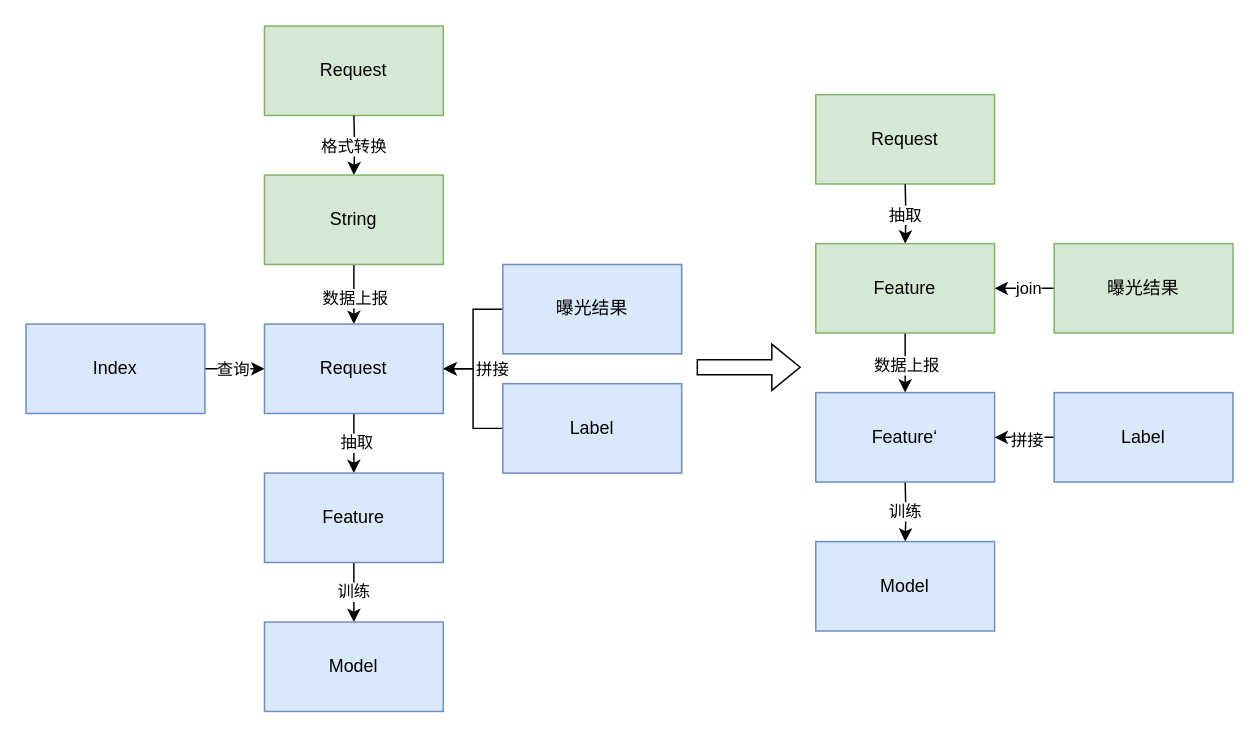
The draw.io diagram page "实时特征" (6 of 7) of news.drawio in d0ngjun/drawio, before the edit. Source tidied: cells renumbered, new cells numbered last; positions are measured from the earlier drawing's top-left corner, leaving out a move shared by most shapes. Both pictures are drawn from the tidied source at 149%, with x=0, y=0 at pixel (25, 25).
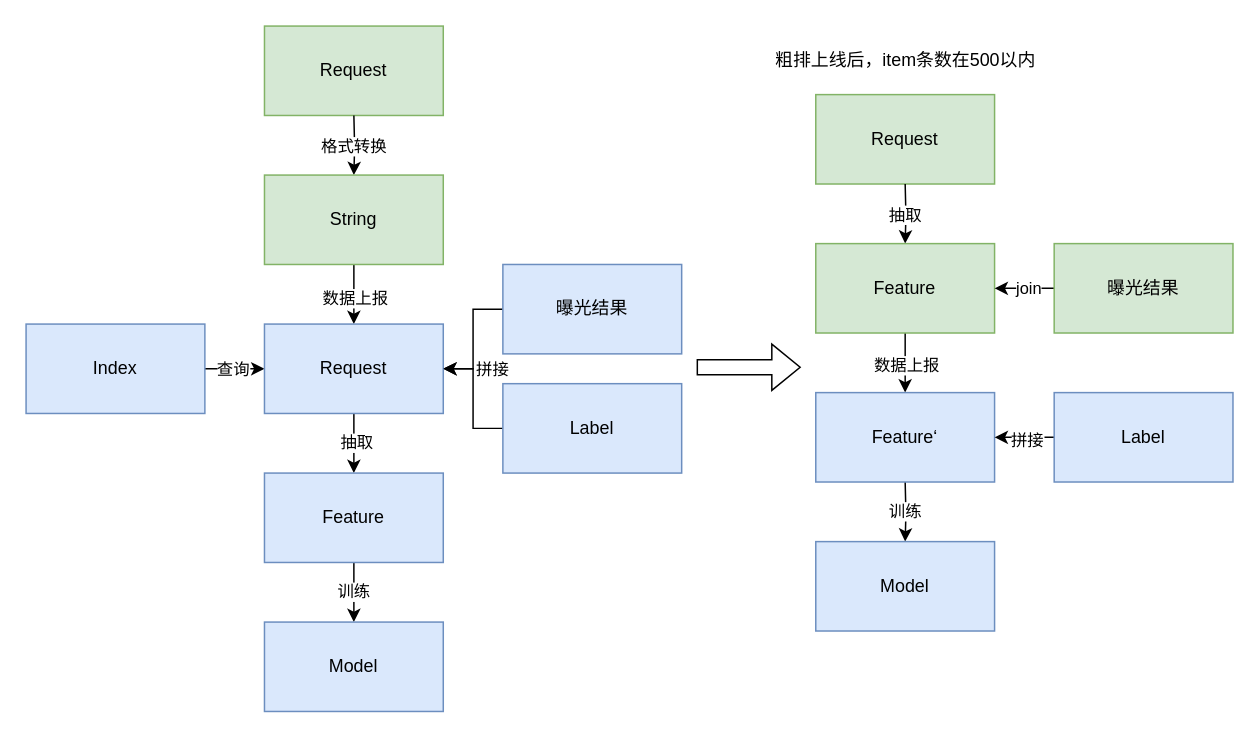
The same page after the edit.

What changed in the source:
```diff
@@
+    <mxCell id="38" value="粗排上线后，item条数在500以内" style="text;html=1;align=center;verticalAlign=middle;strokeColor=none;fillColor=none;" parent="1" vertex="1">
+      <mxGeometry x="490" y="8" width="200" height="30" as="geometry" />
+    </mxCell>
```
